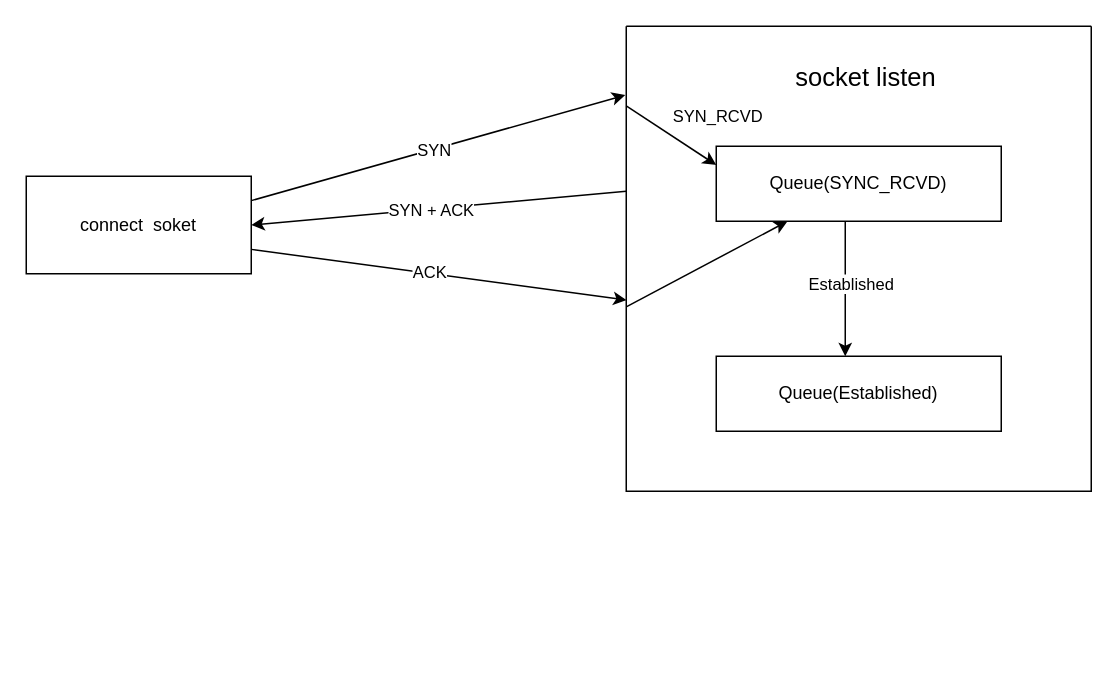
Earlier version of the draw.io diagram listen queue.drawio (kot-Pixel/drawIo). Source tidied: cells renumbered, new cells numbered last; positions are measured from the earlier drawing's top-left corner, leaving out a move shared by most shapes. Both pictures are drawn from the tidied source at 150%, with x=0, y=0 at pixel (26, 26).
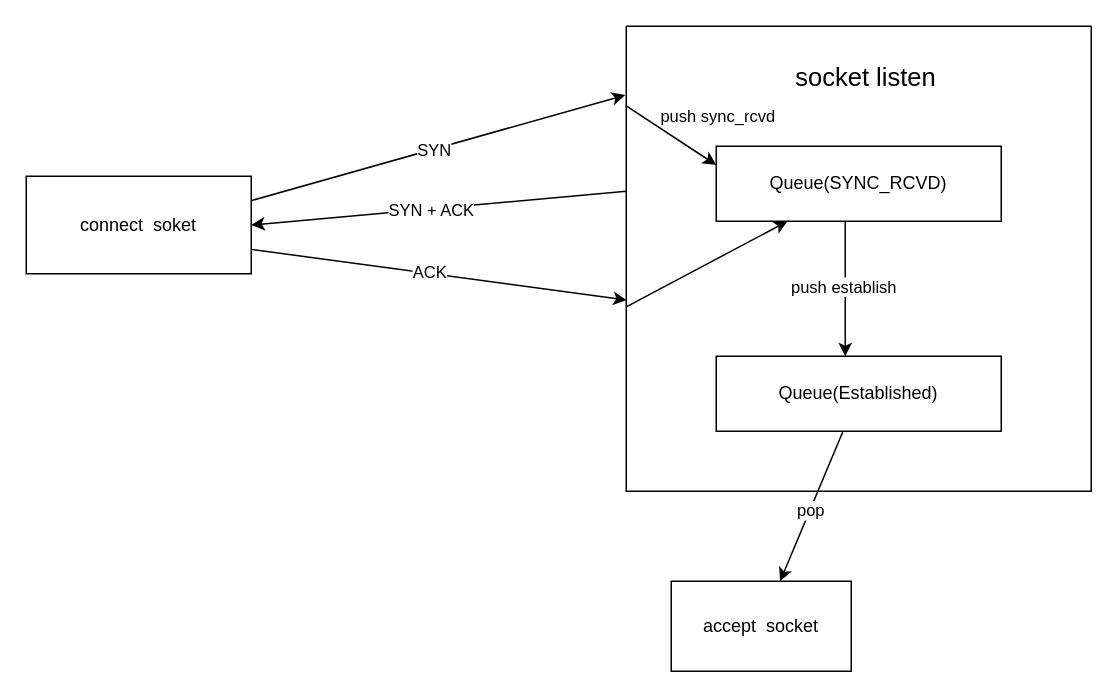
Above is the later version.

Unchanged cells that the change refers to:
```xml
<mxCell id="2" style="edgeStyle=orthogonalEdgeStyle;rounded=0;orthogonalLoop=1;jettySize=auto;html=1;" parent="1" edge="1">
  <mxGeometry relative="1" as="geometry">
    <mxPoint x="546" y="130" as="sourcePoint" />
    <mxPoint x="546" y="220" as="targetPoint" />
  </mxGeometry>
</mxCell>
<mxCell id="5" value="Queue(Established)" style="rounded=0;whiteSpace=wrap;html=1;" parent="1" vertex="1">
  <mxGeometry x="460" y="220" width="190" height="50" as="geometry" />
</mxCell>
<mxCell id="11" style="endArrow=classic;html=1;rounded=0;entryX=0;entryY=0.25;entryDx=0;entryDy=0;" parent="1" edge="1" source="6" target="4">
  <mxGeometry relative="1" as="geometry" />
</mxCell>
```

Diff of the diagram source:
```diff
@@
-    <mxCell id="3" value="Established" style="edgeLabel;html=1;align=center;verticalAlign=middle;" parent="2" vertex="1">
-      <mxGeometry x="-0.09" y="3" relative="1" as="geometry" />
-    </mxCell>
+    <mxCell id="18" value="push establish" style="edgeLabel;html=1;align=center;verticalAlign=middle;" parent="2" vertex="1">
+      <mxGeometry x="-0.04" y="-2" relative="1" as="geometry" />
+    </mxCell>
@@
+    <mxCell id="19" style="rounded=0;jettySize=auto;html=1;" parent="1" edge="1" source="5" target="21">
+      <mxGeometry relative="1" as="geometry" />
+    </mxCell>
+    <mxCell id="20" value="pop" style="edgeLabel;html=1;align=center;verticalAlign=middle;" parent="19" vertex="1">
+      <mxGeometry x="0.06" relative="1" as="geometry" />
+    </mxCell>
@@
-    <mxCell id="12" value="SYN_RCVD" style="edgeLabel;html=1;align=center;verticalAlign=middle;" parent="11" vertex="1">
+    <mxCell id="12" value="push sync_rcvd" style="edgeLabel;html=1;align=center;verticalAlign=middle;" parent="11" vertex="1">
       <mxGeometry x="-0.17" y="2" relative="1" as="geometry">
         <mxPoint x="34" y="-8" as="offset" />
       </mxGeometry>
     </mxCell>
@@
+    <mxCell id="21" value="accept&amp;nbsp; socket" style="rounded=0;whiteSpace=wrap;html=1;" parent="1" vertex="1">
+      <mxGeometry x="430" y="370" width="120" height="60" as="geometry" />
+    </mxCell>
```
